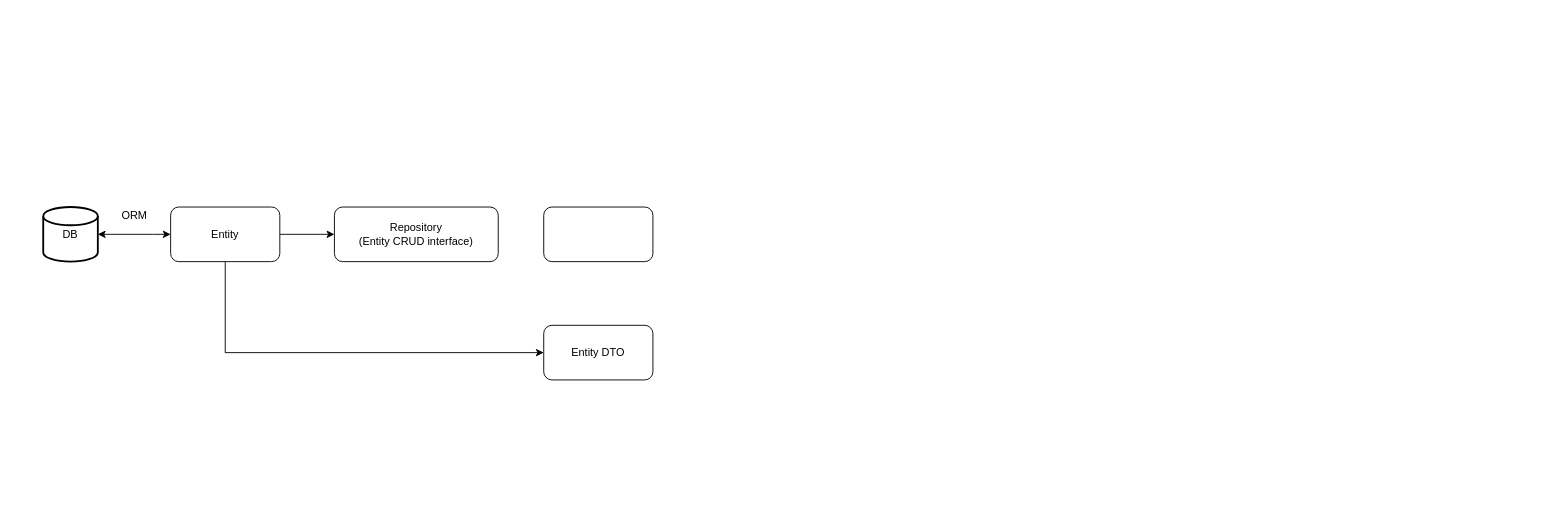
This is Untitled Diagram.drawio from Wojtek534/draw, a draw.io file, before an edit. Source tidied: cells renumbered, new cells numbered last; positions are measured from the earlier drawing's top-left corner, leaving out a move shared by most shapes. Both pictures are drawn from the tidied source at 91%, with x=0, y=0 at pixel (43, 207).
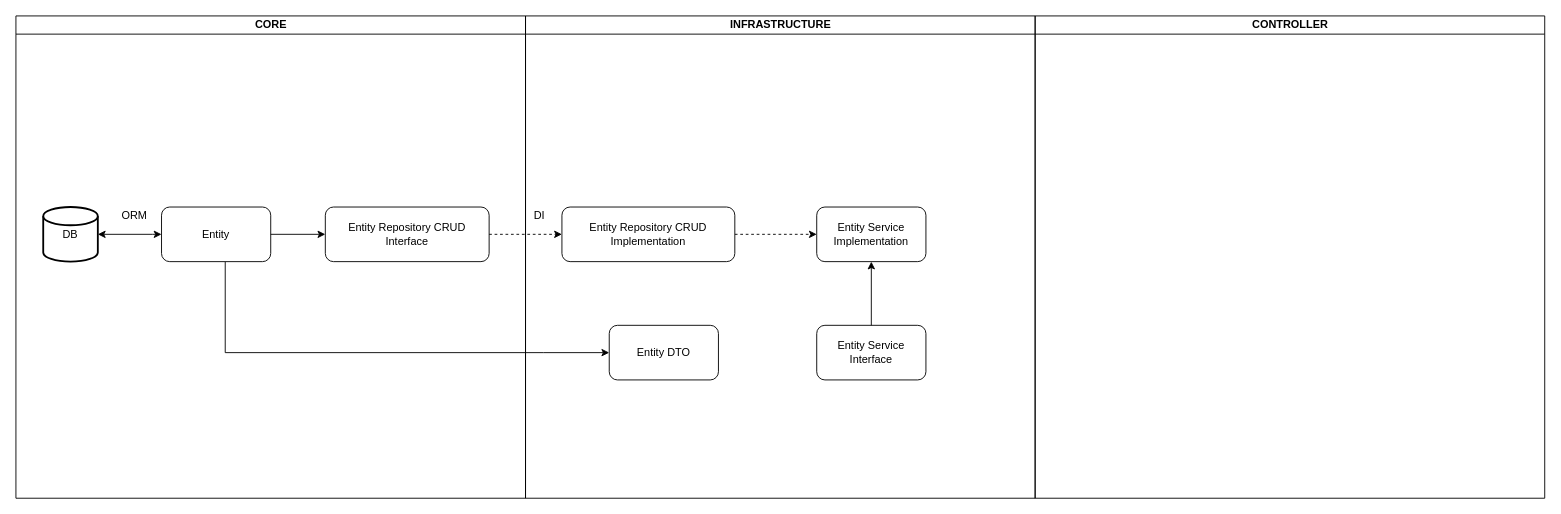
After the change.

The edit, as a diff of the source:
```diff
@@
+    <mxCell id="5" style="edgeStyle=orthogonalEdgeStyle;rounded=0;jettySize=auto;html=1;entryX=0;entryY=0.5;entryDx=0;entryDy=0;startArrow=none;startFill=0;" parent="1" edge="1" source="6" target="10">
+      <mxGeometry relative="1" as="geometry">
+        <Array as="points">
+          <mxPoint x="200" y="160" />
+          <mxPoint x="550" y="160" />
+        </Array>
+      </mxGeometry>
+    </mxCell>
+    <mxCell id="10" value="Entity DTO" style="rounded=1;whiteSpace=wrap;html=1;" parent="1" vertex="1">
+      <mxGeometry x="622" y="130" width="120" height="60" as="geometry" />
+    </mxCell>
+    <mxCell id="11" style="group;" parent="1" vertex="1">
+      <mxGeometry x="-30" y="-210" width="1120" height="530" as="geometry" />
+    </mxCell>
+    <mxCell id="12" value="CORE" style="swimlane;html=1;startSize=20;horizontal=1;containerType=tree;fillColor=none;" parent="11" vertex="1">
+      <mxGeometry width="560" height="530" as="geometry" />
+    </mxCell>
+    <mxCell id="7" value="Entity Repository CRUD Interface&lt;br&gt;" style="rounded=1;whiteSpace=wrap;html=1;" parent="12" vertex="1">
+      <mxGeometry x="340" y="210" width="180" height="60" as="geometry" />
+    </mxCell>
+    <mxCell id="6" value="Entity" style="rounded=1;whiteSpace=wrap;html=1;" parent="12" vertex="1">
+      <mxGeometry x="160" y="210" width="120" height="60" as="geometry" />
+    </mxCell>
-    <mxCell id="4" style="edgeStyle=orthogonalEdgeStyle;rounded=0;jettySize=auto;html=1;startArrow=none;startFill=0;" parent="1" edge="1" source="6" target="7">
+    <mxCell id="4" style="edgeStyle=orthogonalEdgeStyle;rounded=0;jettySize=auto;html=1;startArrow=none;startFill=0;" parent="12" edge="1" source="6" target="7">
       <mxGeometry relative="1" as="geometry" />
     </mxCell>
-    <mxCell id="5" style="edgeStyle=orthogonalEdgeStyle;rounded=0;jettySize=auto;html=1;entryX=0;entryY=0.5;entryDx=0;entryDy=0;startArrow=none;startFill=0;" parent="1" edge="1" source="6" target="10">
-      <mxGeometry relative="1" as="geometry">
-        <Array as="points">
-          <mxPoint x="200" y="160" />
-          <mxPoint x="550" y="160" />
-        </Array>
-      </mxGeometry>
-    </mxCell>
-    <mxCell id="6" value="Entity" style="rounded=1;whiteSpace=wrap;html=1;" parent="1" vertex="1">
-      <mxGeometry x="140" width="120" height="60" as="geometry" />
-    </mxCell>
-    <mxCell id="7" value="Repository&lt;br&gt;(Entity CRUD interface)" style="rounded=1;whiteSpace=wrap;html=1;" parent="1" vertex="1">
-      <mxGeometry x="320" width="180" height="60" as="geometry" />
-    </mxCell>
-    <mxCell id="8" value="ORM" style="text;html=1;align=center;verticalAlign=middle;" parent="1" vertex="1">
-      <mxGeometry x="80" width="40" height="20" as="geometry" />
+    <mxCell id="8" value="ORM" style="text;html=1;align=center;verticalAlign=middle;" parent="12" vertex="1">
+      <mxGeometry x="110" y="210" width="40" height="20" as="geometry" />
     </mxCell>
+    <mxCell id="13" value="INFRASTRUCTURE" style="swimlane;html=1;startSize=20;horizontal=1;containerType=tree;fillColor=none;" parent="11" vertex="1">
+      <mxGeometry x="560" width="560" height="530" as="geometry" />
+    </mxCell>
+    <mxCell id="14" style="edgeStyle=orthogonalEdgeStyle;rounded=0;jettySize=auto;html=1;entryX=0;entryY=0.5;entryDx=0;entryDy=0;startArrow=none;startFill=0;dashed=1;" parent="13" edge="1" source="9" target="18">
+      <mxGeometry relative="1" as="geometry" />
+    </mxCell>
-    <mxCell id="9" style="rounded=1;whiteSpace=wrap;html=1;" parent="1" vertex="1">
-      <mxGeometry x="550" width="120" height="60" as="geometry" />
+    <mxCell id="9" value="Entity Repository CRUD Implementation" style="rounded=1;whiteSpace=wrap;html=1;" parent="13" vertex="1">
+      <mxGeometry x="40" y="210" width="190" height="60" as="geometry" />
     </mxCell>
-    <mxCell id="10" value="Entity DTO" style="rounded=1;whiteSpace=wrap;html=1;" parent="1" vertex="1">
-      <mxGeometry x="550" y="130" width="120" height="60" as="geometry" />
-    </mxCell>
+    <mxCell id="15" value="DI" style="text;html=1;align=center;verticalAlign=middle;" parent="13" vertex="1">
+      <mxGeometry y="210" width="30" height="20" as="geometry" />
+    </mxCell>
+    <mxCell id="16" style="edgeStyle=orthogonalEdgeStyle;rounded=0;jettySize=auto;html=1;entryX=0.5;entryY=1;entryDx=0;entryDy=0;startArrow=none;startFill=0;" parent="13" edge="1" source="17" target="18">
+      <mxGeometry relative="1" as="geometry" />
+    </mxCell>
+    <mxCell id="17" value="Entity Service Interface" style="rounded=1;whiteSpace=wrap;html=1;fillColor=none;" parent="13" vertex="1">
+      <mxGeometry x="320" y="340" width="120" height="60" as="geometry" />
+    </mxCell>
+    <mxCell id="18" value="Entity Service Implementation" style="rounded=1;whiteSpace=wrap;html=1;fillColor=none;" parent="13" vertex="1">
+      <mxGeometry x="320" y="210" width="120" height="60" as="geometry" />
+    </mxCell>
+    <mxCell id="19" style="edgeStyle=orthogonalEdgeStyle;rounded=0;jettySize=auto;html=1;startArrow=none;startFill=0;dashed=1;" parent="11" edge="1" source="7" target="9">
+      <mxGeometry relative="1" as="geometry" />
+    </mxCell>
+    <mxCell id="20" value="CONTROLLER" style="swimlane;html=1;startSize=20;horizontal=1;containerType=tree;fillColor=none;" parent="1" vertex="1">
+      <mxGeometry x="1090" y="-210" width="560" height="530" as="geometry" />
+    </mxCell>
```
